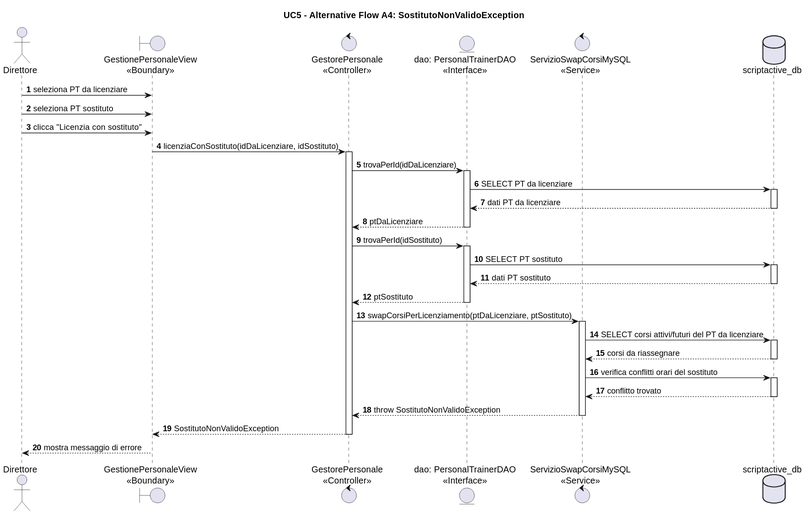
svilu999/Progetto-ScriptActive keeps this PlantUML diagram as ScriptActive/Documenti/08. Diagrammi di Sequenza/Visualizzazioni/DSequenzaUC5Alt4.svg. Above is the earlier version.
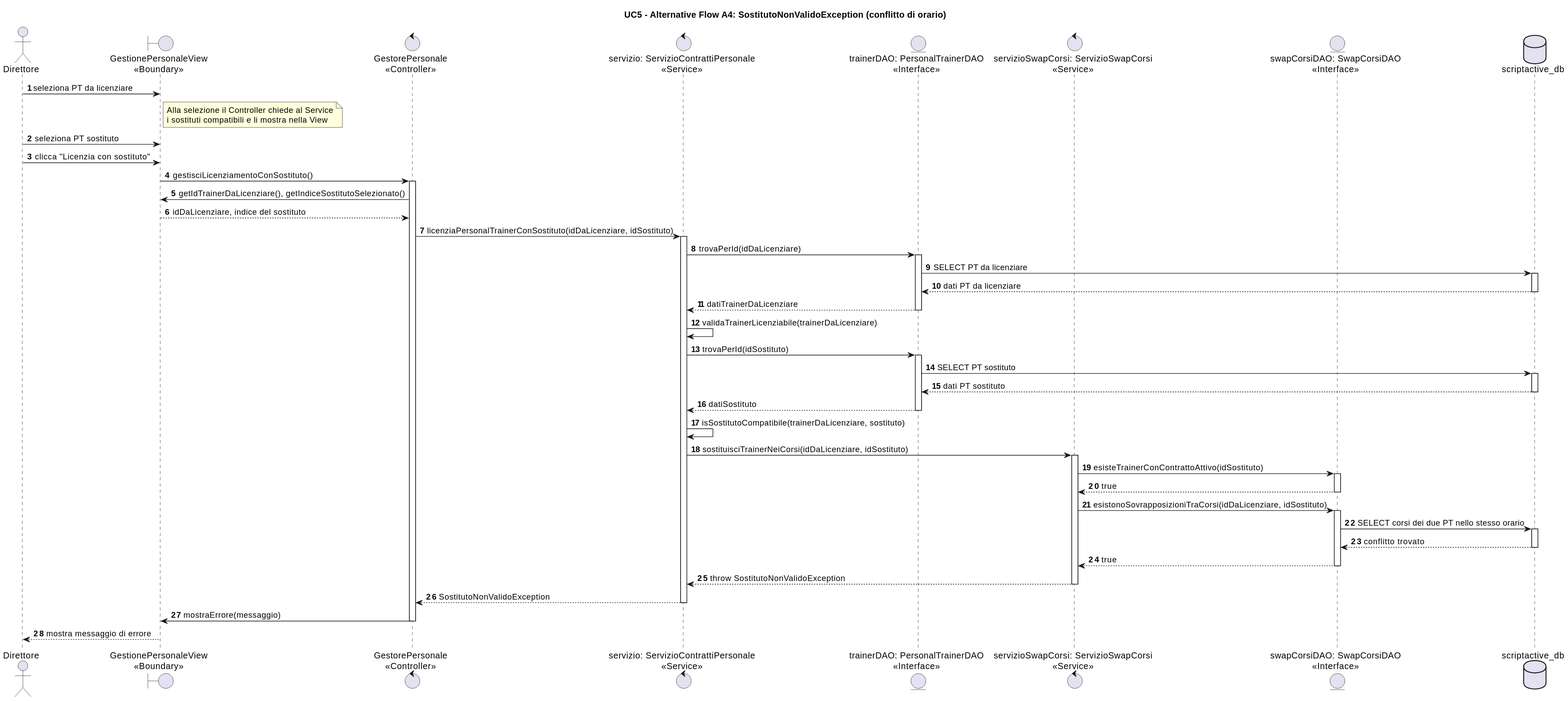
After the change.

Change to the diagram source:
```diff
@@ -1,61 +1,80 @@
 @startuml
-title UC5 - Alternative Flow A4: SostitutoNonValidoException
+title UC5 - Alternative Flow A4: SostitutoNonValidoException (conflitto di orario)
 
 autonumber
 
 actor "Direttore" as Direttore
 boundary "GestionePersonaleView\n<<Boundary>>" as View
 control "GestorePersonale\n<<Controller>>" as Controller
-entity "dao: PersonalTrainerDAO\n<<Interface>>" as PTDAO
-control "ServizioSwapCorsiMySQL\n<<Service>>" as SwapService
+control "servizio: ServizioContrattiPersonale\n<<Service>>" as Servizio
+entity "trainerDAO: PersonalTrainerDAO\n<<Interface>>" as PTDAO
+control "servizioSwapCorsi: ServizioSwapCorsi\n<<Service>>" as SwapService
+entity "swapCorsiDAO: SwapCorsiDAO\n<<Interface>>" as SwapDAO
 database "scriptactive_db" as DB
 
 Direttore -> View : seleziona PT da licenziare
+note right of View
+Alla selezione il Controller chiede al Service
+i sostituti compatibili e li mostra nella View
+end note
 Direttore -> View : seleziona PT sostituto
 Direttore -> View : clicca "Licenzia con sostituto"
 
-View -> Controller : licenziaConSostituto(idDaLicenziare, idSostituto)
+View -> Controller : gestisciLicenziamentoConSostituto()
 activate Controller
 
-Controller -> PTDAO : trovaPerId(idDaLicenziare)
+Controller -> View : getIdTrainerDaLicenziare(), getIndiceSostitutoSelezionato()
+View --> Controller : idDaLicenziare, indice del sostituto
+
+Controller -> Servizio : licenziaPersonalTrainerConSostituto(idDaLicenziare, idSostituto)
+activate Servizio
+
+Servizio -> PTDAO : trovaPerId(idDaLicenziare)
 activate PTDAO
-
 PTDAO -> DB : SELECT PT da licenziare
 activate DB
 DB --> PTDAO : dati PT da licenziare
 deactivate DB
-
-PTDAO --> Controller : ptDaLicenziare
+PTDAO --> Servizio : datiTrainerDaLicenziare
 deactivate PTDAO
 
-Controller -> PTDAO : trovaPerId(idSostituto)
+Servizio -> Servizio : validaTrainerLicenziabile(trainerDaLicenziare)
+
+Servizio -> PTDAO : trovaPerId(idSostituto)
 activate PTDAO
-
 PTDAO -> DB : SELECT PT sostituto
 activate DB
 DB --> PTDAO : dati PT sostituto
 deactivate DB
-
-PTDAO --> Controller : ptSostituto
+PTDAO --> Servizio : datiSostituto
 deactivate PTDAO
 
-Controller -> SwapService : swapCorsiPerLicenziamento(ptDaLicenziare, ptSostituto)
+Servizio -> Servizio : isSostitutoCompatibile(trainerDaLicenziare, sostituto)
+
+Servizio -> SwapService : sostituisciTrainerNeiCorsi(idDaLicenziare, idSostituto)
 activate SwapService
 
-SwapService -> DB : SELECT corsi attivi/futuri del PT da licenziare
+SwapService -> SwapDAO : esisteTrainerConContrattoAttivo(idSostituto)
+activate SwapDAO
+SwapDAO --> SwapService : true
+deactivate SwapDAO
+
+SwapService -> SwapDAO : esistonoSovrapposizioniTraCorsi(idDaLicenziare, idSostituto)
+activate SwapDAO
+SwapDAO -> DB : SELECT corsi dei due PT nello stesso orario
 activate DB
-DB --> SwapService : corsi da riassegnare
+DB --> SwapDAO : conflitto trovato
 deactivate DB
+SwapDAO --> SwapService : true
+deactivate SwapDAO
 
-SwapService -> DB : verifica conflitti orari del sostituto
-activate DB
-DB --> SwapService : conflitto trovato
-deactivate DB
-
-SwapService --> Controller : throw SostitutoNonValidoException
+SwapService --> Servizio : throw SostitutoNonValidoException
 deactivate SwapService
 
-Controller --> View : SostitutoNonValidoException
+Servizio --> Controller : SostitutoNonValidoException
+deactivate Servizio
+
+Controller -> View : mostraErrore(messaggio)
 deactivate Controller
 
 View --> Direttore : mostra messaggio di errore
```
